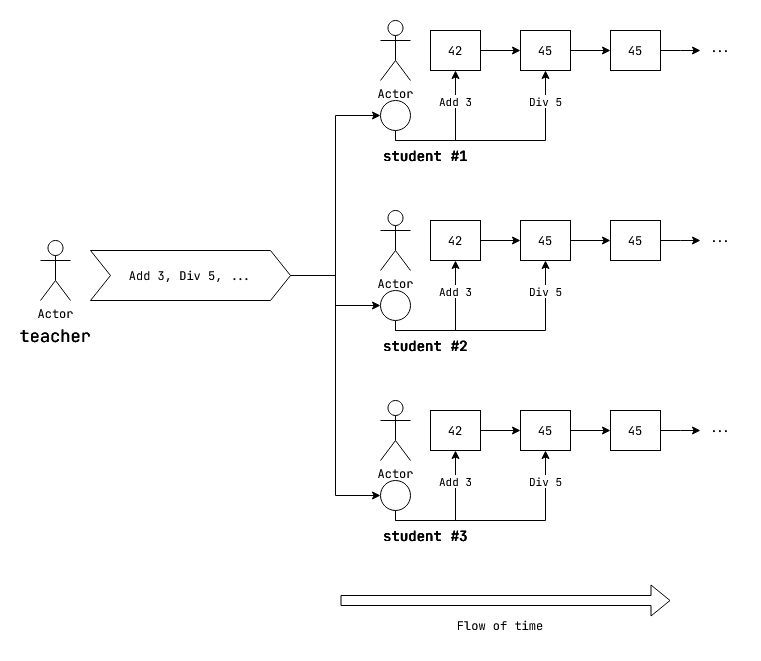
This is static/img/log-less-direct-repl.png from arindas/arindas.github.io, a draw.io export, as it was before one commit. Source tidied: cells renumbered, new cells last; positions are measured from the earlier drawing's top-left corner, leaving out a move shared by most shapes. The source it was exported from:
```xml
<mxGraphModel>
  <root>
    <mxCell id="0" />
    <mxCell id="1" parent="0" />
    <mxCell id="2" value="Actor" style="shape=umlActor;verticalLabelPosition=bottom;verticalAlign=top;html=1;fontFamily=JetBrains Mono;fontSource=https%3A%2F%2Ffonts.googleapis.com%2Fcss%3Ffamily%3DJetBrains%2BMono;" parent="1" vertex="1">
      <mxGeometry x="15" y="220" width="30" height="60" as="geometry" />
    </mxCell>
    <mxCell id="3" value="Actor" style="shape=umlActor;verticalLabelPosition=bottom;verticalAlign=top;html=1;fontFamily=JetBrains Mono;fontSource=https%3A%2F%2Ffonts.googleapis.com%2Fcss%3Ffamily%3DJetBrains%2BMono;" parent="1" vertex="1">
      <mxGeometry x="355" width="30" height="60" as="geometry" />
    </mxCell>
    <mxCell id="4" style="edgeStyle=orthogonalEdgeStyle;rounded=0;jettySize=auto;html=1;exitX=1;exitY=0.5;exitDx=0;exitDy=0;entryX=0;entryY=0.5;entryDx=0;entryDy=0;fontFamily=JetBrains Mono;fontSource=https%3A%2F%2Ffonts.googleapis.com%2Fcss%3Ffamily%3DJetBrains%2BMono;" parent="1" edge="1" source="7" target="40">
      <mxGeometry relative="1" as="geometry" />
    </mxCell>
    <mxCell id="5" style="edgeStyle=orthogonalEdgeStyle;rounded=0;jettySize=auto;html=1;exitX=1;exitY=0.5;exitDx=0;exitDy=0;entryX=0;entryY=0.5;entryDx=0;entryDy=0;fontFamily=JetBrains Mono;fontSource=https%3A%2F%2Ffonts.googleapis.com%2Fcss%3Ffamily%3DJetBrains%2BMono;" parent="1" edge="1" source="7" target="41">
      <mxGeometry relative="1" as="geometry" />
    </mxCell>
    <mxCell id="6" style="edgeStyle=orthogonalEdgeStyle;rounded=0;jettySize=auto;html=1;exitX=1;exitY=0.5;exitDx=0;exitDy=0;entryX=0;entryY=0.5;entryDx=0;entryDy=0;fontFamily=JetBrains Mono;fontSource=https%3A%2F%2Ffonts.googleapis.com%2Fcss%3Ffamily%3DJetBrains%2BMono;" parent="1" edge="1" source="7" target="42">
      <mxGeometry relative="1" as="geometry" />
    </mxCell>
    <mxCell id="7" value="Add 3, Div 5, ..." style="shape=step;perimeter=stepPerimeter;whiteSpace=wrap;html=1;fixedSize=1;fontFamily=JetBrains Mono;fontSource=https%3A%2F%2Ffonts.googleapis.com%2Fcss%3Ffamily%3DJetBrains%2BMono;" parent="1" vertex="1">
      <mxGeometry x="65" y="230" width="200" height="50" as="geometry" />
    </mxCell>
    <mxCell id="8" style="edgeStyle=orthogonalEdgeStyle;rounded=0;jettySize=auto;html=1;fontFamily=JetBrains Mono;fontSource=https%3A%2F%2Ffonts.googleapis.com%2Fcss%3Ffamily%3DJetBrains%2BMono;" parent="1" edge="1" source="9" target="13">
      <mxGeometry relative="1" as="geometry" />
    </mxCell>
    <mxCell id="9" value="42" style="rounded=0;whiteSpace=wrap;html=1;fontFamily=JetBrains Mono;fontSource=https%3A%2F%2Ffonts.googleapis.com%2Fcss%3Ffamily%3DJetBrains%2BMono;" parent="1" vertex="1">
      <mxGeometry x="405" y="10" width="50" height="40" as="geometry" />
    </mxCell>
    <mxCell id="10" style="endArrow=classic;html=1;rounded=0;entryX=0.5;entryY=1;entryDx=0;entryDy=0;edgeStyle=orthogonalEdgeStyle;fontFamily=JetBrains Mono;fontSource=https%3A%2F%2Ffonts.googleapis.com%2Fcss%3Ffamily%3DJetBrains%2BMono;exitX=0.5;exitY=1;exitDx=0;exitDy=0;" parent="1" edge="1" source="40" target="9">
      <mxGeometry relative="1" as="geometry" />
    </mxCell>
    <mxCell id="11" value="Add 3" style="edgeLabel;html=1;align=center;verticalAlign=middle;fontFamily=JetBrains Mono;fontSource=https%3A%2F%2Ffonts.googleapis.com%2Fcss%3Ffamily%3DJetBrains%2BMono;" parent="10" vertex="1">
      <mxGeometry x="0.47" y="2" relative="1" as="geometry">
        <mxPoint x="2" y="-7" as="offset" />
      </mxGeometry>
    </mxCell>
    <mxCell id="12" style="edgeStyle=orthogonalEdgeStyle;rounded=0;jettySize=auto;html=1;fontFamily=JetBrains Mono;fontSource=https%3A%2F%2Ffonts.googleapis.com%2Fcss%3Ffamily%3DJetBrains%2BMono;" parent="1" edge="1" source="13" target="17">
      <mxGeometry relative="1" as="geometry" />
    </mxCell>
    <mxCell id="13" value="45" style="rounded=0;whiteSpace=wrap;html=1;fontFamily=JetBrains Mono;fontSource=https%3A%2F%2Ffonts.googleapis.com%2Fcss%3Ffamily%3DJetBrains%2BMono;" parent="1" vertex="1">
      <mxGeometry x="495" y="10" width="50" height="40" as="geometry" />
    </mxCell>
    <mxCell id="14" style="endArrow=classic;html=1;rounded=0;edgeStyle=orthogonalEdgeStyle;entryX=0.5;entryY=1;entryDx=0;entryDy=0;fontFamily=JetBrains Mono;fontSource=https%3A%2F%2Ffonts.googleapis.com%2Fcss%3Ffamily%3DJetBrains%2BMono;exitX=0.5;exitY=1;exitDx=0;exitDy=0;" parent="1" edge="1" source="40" target="13">
      <mxGeometry relative="1" as="geometry" />
    </mxCell>
    <mxCell id="15" value="Div 5" style="edgeLabel;html=1;align=center;verticalAlign=middle;fontFamily=JetBrains Mono;fontSource=https%3A%2F%2Ffonts.googleapis.com%2Fcss%3Ffamily%3DJetBrains%2BMono;" parent="14" vertex="1">
      <mxGeometry x="0.71" y="-4" relative="1" as="geometry">
        <mxPoint x="-4" y="-3" as="offset" />
      </mxGeometry>
    </mxCell>
    <mxCell id="16" style="edgeStyle=orthogonalEdgeStyle;rounded=0;jettySize=auto;html=1;exitX=1;exitY=0.5;exitDx=0;exitDy=0;fontFamily=JetBrains Mono;fontSource=https%3A%2F%2Ffonts.googleapis.com%2Fcss%3Ffamily%3DJetBrains%2BMono;" parent="1" edge="1" source="17">
      <mxGeometry relative="1" as="geometry">
        <mxPoint x="675" y="30" as="targetPoint" />
      </mxGeometry>
    </mxCell>
    <mxCell id="17" value="45" style="rounded=0;whiteSpace=wrap;html=1;fontFamily=JetBrains Mono;fontSource=https%3A%2F%2Ffonts.googleapis.com%2Fcss%3Ffamily%3DJetBrains%2BMono;" parent="1" vertex="1">
      <mxGeometry x="585" y="10" width="50" height="40" as="geometry" />
    </mxCell>
    <mxCell id="18" value="Actor" style="shape=umlActor;verticalLabelPosition=bottom;verticalAlign=top;html=1;fontFamily=JetBrains Mono;fontSource=https%3A%2F%2Ffonts.googleapis.com%2Fcss%3Ffamily%3DJetBrains%2BMono;" parent="1" vertex="1">
      <mxGeometry x="355" y="190" width="30" height="60" as="geometry" />
    </mxCell>
    <mxCell id="19" style="edgeStyle=orthogonalEdgeStyle;rounded=0;jettySize=auto;html=1;fontFamily=JetBrains Mono;fontSource=https%3A%2F%2Ffonts.googleapis.com%2Fcss%3Ffamily%3DJetBrains%2BMono;" parent="1" edge="1" source="20" target="24">
      <mxGeometry relative="1" as="geometry" />
    </mxCell>
    <mxCell id="20" value="42" style="rounded=0;whiteSpace=wrap;html=1;fontFamily=JetBrains Mono;fontSource=https%3A%2F%2Ffonts.googleapis.com%2Fcss%3Ffamily%3DJetBrains%2BMono;" parent="1" vertex="1">
      <mxGeometry x="405" y="200" width="50" height="40" as="geometry" />
    </mxCell>
    <mxCell id="21" style="endArrow=classic;html=1;rounded=0;entryX=0.5;entryY=1;entryDx=0;entryDy=0;edgeStyle=orthogonalEdgeStyle;fontFamily=JetBrains Mono;fontSource=https%3A%2F%2Ffonts.googleapis.com%2Fcss%3Ffamily%3DJetBrains%2BMono;exitX=0.5;exitY=1;exitDx=0;exitDy=0;" parent="1" edge="1" source="41" target="20">
      <mxGeometry relative="1" as="geometry" />
    </mxCell>
    <mxCell id="22" value="Add 3" style="edgeLabel;html=1;align=center;verticalAlign=middle;fontFamily=JetBrains Mono;fontSource=https%3A%2F%2Ffonts.googleapis.com%2Fcss%3Ffamily%3DJetBrains%2BMono;" parent="21" vertex="1">
      <mxGeometry x="0.47" y="2" relative="1" as="geometry">
        <mxPoint x="2" y="-7" as="offset" />
      </mxGeometry>
    </mxCell>
    <mxCell id="23" style="edgeStyle=orthogonalEdgeStyle;rounded=0;jettySize=auto;html=1;fontFamily=JetBrains Mono;fontSource=https%3A%2F%2Ffonts.googleapis.com%2Fcss%3Ffamily%3DJetBrains%2BMono;" parent="1" edge="1" source="24" target="28">
      <mxGeometry relative="1" as="geometry" />
    </mxCell>
    <mxCell id="24" value="45" style="rounded=0;whiteSpace=wrap;html=1;fontFamily=JetBrains Mono;fontSource=https%3A%2F%2Ffonts.googleapis.com%2Fcss%3Ffamily%3DJetBrains%2BMono;" parent="1" vertex="1">
      <mxGeometry x="495" y="200" width="50" height="40" as="geometry" />
    </mxCell>
    <mxCell id="25" style="endArrow=classic;html=1;rounded=0;edgeStyle=orthogonalEdgeStyle;entryX=0.5;entryY=1;entryDx=0;entryDy=0;fontFamily=JetBrains Mono;fontSource=https%3A%2F%2Ffonts.googleapis.com%2Fcss%3Ffamily%3DJetBrains%2BMono;exitX=0.5;exitY=1;exitDx=0;exitDy=0;" parent="1" edge="1" source="41" target="24">
      <mxGeometry relative="1" as="geometry" />
    </mxCell>
    <mxCell id="26" value="Div 5" style="edgeLabel;html=1;align=center;verticalAlign=middle;fontFamily=JetBrains Mono;fontSource=https%3A%2F%2Ffonts.googleapis.com%2Fcss%3Ffamily%3DJetBrains%2BMono;" parent="25" vertex="1">
      <mxGeometry x="0.71" y="-4" relative="1" as="geometry">
        <mxPoint x="-4" y="-3" as="offset" />
      </mxGeometry>
    </mxCell>
    <mxCell id="27" style="edgeStyle=orthogonalEdgeStyle;rounded=0;jettySize=auto;html=1;exitX=1;exitY=0.5;exitDx=0;exitDy=0;fontFamily=JetBrains Mono;fontSource=https%3A%2F%2Ffonts.googleapis.com%2Fcss%3Ffamily%3DJetBrains%2BMono;" parent="1" edge="1" source="28">
      <mxGeometry relative="1" as="geometry">
        <mxPoint x="675" y="220" as="targetPoint" />
      </mxGeometry>
    </mxCell>
    <mxCell id="28" value="45" style="rounded=0;whiteSpace=wrap;html=1;fontFamily=JetBrains Mono;fontSource=https%3A%2F%2Ffonts.googleapis.com%2Fcss%3Ffamily%3DJetBrains%2BMono;" parent="1" vertex="1">
      <mxGeometry x="585" y="200" width="50" height="40" as="geometry" />
    </mxCell>
    <mxCell id="29" value="Actor" style="shape=umlActor;verticalLabelPosition=bottom;verticalAlign=top;html=1;fontFamily=JetBrains Mono;fontSource=https%3A%2F%2Ffonts.googleapis.com%2Fcss%3Ffamily%3DJetBrains%2BMono;" parent="1" vertex="1">
      <mxGeometry x="355" y="380" width="30" height="60" as="geometry" />
    </mxCell>
    <mxCell id="30" style="edgeStyle=orthogonalEdgeStyle;rounded=0;jettySize=auto;html=1;fontFamily=JetBrains Mono;fontSource=https%3A%2F%2Ffonts.googleapis.com%2Fcss%3Ffamily%3DJetBrains%2BMono;" parent="1" edge="1" source="31" target="35">
      <mxGeometry relative="1" as="geometry" />
    </mxCell>
    <mxCell id="31" value="42" style="rounded=0;whiteSpace=wrap;html=1;fontFamily=JetBrains Mono;fontSource=https%3A%2F%2Ffonts.googleapis.com%2Fcss%3Ffamily%3DJetBrains%2BMono;" parent="1" vertex="1">
      <mxGeometry x="405" y="390" width="50" height="40" as="geometry" />
    </mxCell>
    <mxCell id="32" style="endArrow=classic;html=1;rounded=0;entryX=0.5;entryY=1;entryDx=0;entryDy=0;edgeStyle=orthogonalEdgeStyle;fontFamily=JetBrains Mono;fontSource=https%3A%2F%2Ffonts.googleapis.com%2Fcss%3Ffamily%3DJetBrains%2BMono;exitX=0.5;exitY=1;exitDx=0;exitDy=0;" parent="1" edge="1" source="42" target="31">
      <mxGeometry relative="1" as="geometry" />
    </mxCell>
    <mxCell id="33" value="Add 3" style="edgeLabel;html=1;align=center;verticalAlign=middle;fontFamily=JetBrains Mono;fontSource=https%3A%2F%2Ffonts.googleapis.com%2Fcss%3Ffamily%3DJetBrains%2BMono;" parent="32" vertex="1">
      <mxGeometry x="0.47" y="2" relative="1" as="geometry">
        <mxPoint x="2" y="-7" as="offset" />
      </mxGeometry>
    </mxCell>
    <mxCell id="34" style="edgeStyle=orthogonalEdgeStyle;rounded=0;jettySize=auto;html=1;fontFamily=JetBrains Mono;fontSource=https%3A%2F%2Ffonts.googleapis.com%2Fcss%3Ffamily%3DJetBrains%2BMono;" parent="1" edge="1" source="35" target="39">
      <mxGeometry relative="1" as="geometry" />
    </mxCell>
    <mxCell id="35" value="45" style="rounded=0;whiteSpace=wrap;html=1;fontFamily=JetBrains Mono;fontSource=https%3A%2F%2Ffonts.googleapis.com%2Fcss%3Ffamily%3DJetBrains%2BMono;" parent="1" vertex="1">
      <mxGeometry x="495" y="390" width="50" height="40" as="geometry" />
    </mxCell>
    <mxCell id="36" style="endArrow=classic;html=1;rounded=0;edgeStyle=orthogonalEdgeStyle;entryX=0.5;entryY=1;entryDx=0;entryDy=0;fontFamily=JetBrains Mono;fontSource=https%3A%2F%2Ffonts.googleapis.com%2Fcss%3Ffamily%3DJetBrains%2BMono;exitX=0.5;exitY=1;exitDx=0;exitDy=0;" parent="1" edge="1" source="42" target="35">
      <mxGeometry relative="1" as="geometry" />
    </mxCell>
    <mxCell id="37" value="Div 5" style="edgeLabel;html=1;align=center;verticalAlign=middle;fontFamily=JetBrains Mono;fontSource=https%3A%2F%2Ffonts.googleapis.com%2Fcss%3Ffamily%3DJetBrains%2BMono;" parent="36" vertex="1">
      <mxGeometry x="0.71" y="-4" relative="1" as="geometry">
        <mxPoint x="-4" y="-3" as="offset" />
      </mxGeometry>
    </mxCell>
    <mxCell id="38" style="edgeStyle=orthogonalEdgeStyle;rounded=0;jettySize=auto;html=1;exitX=1;exitY=0.5;exitDx=0;exitDy=0;fontFamily=JetBrains Mono;fontSource=https%3A%2F%2Ffonts.googleapis.com%2Fcss%3Ffamily%3DJetBrains%2BMono;" parent="1" edge="1" source="39">
      <mxGeometry relative="1" as="geometry">
        <mxPoint x="675" y="410" as="targetPoint" />
      </mxGeometry>
    </mxCell>
    <mxCell id="39" value="45" style="rounded=0;whiteSpace=wrap;html=1;fontFamily=JetBrains Mono;fontSource=https%3A%2F%2Ffonts.googleapis.com%2Fcss%3Ffamily%3DJetBrains%2BMono;" parent="1" vertex="1">
      <mxGeometry x="585" y="390" width="50" height="40" as="geometry" />
    </mxCell>
    <mxCell id="40" style="ellipse;whiteSpace=wrap;html=1;fontFamily=JetBrains Mono;fontSource=https%3A%2F%2Ffonts.googleapis.com%2Fcss%3Ffamily%3DJetBrains%2BMono;" parent="1" vertex="1">
      <mxGeometry x="355" y="80" width="30" height="30" as="geometry" />
    </mxCell>
    <mxCell id="41" style="ellipse;whiteSpace=wrap;html=1;fontFamily=JetBrains Mono;fontSource=https%3A%2F%2Ffonts.googleapis.com%2Fcss%3Ffamily%3DJetBrains%2BMono;" parent="1" vertex="1">
      <mxGeometry x="355" y="270" width="30" height="30" as="geometry" />
    </mxCell>
    <mxCell id="42" style="ellipse;whiteSpace=wrap;html=1;fontFamily=JetBrains Mono;fontSource=https%3A%2F%2Ffonts.googleapis.com%2Fcss%3Ffamily%3DJetBrains%2BMono;" parent="1" vertex="1">
      <mxGeometry x="355" y="460" width="30" height="30" as="geometry" />
    </mxCell>
    <mxCell id="43" value="student #1" style="text;html=1;strokeColor=none;fillColor=none;align=center;verticalAlign=middle;whiteSpace=wrap;rounded=0;fontFamily=JetBrains Mono;fontSource=https%3A%2F%2Ffonts.googleapis.com%2Fcss%3Ffamily%3DJetBrains%2BMono;fontSize=14;fontStyle=1;" parent="1" vertex="1">
      <mxGeometry x="355" y="120" width="90" height="30" as="geometry" />
    </mxCell>
    <mxCell id="44" value="student #2" style="text;html=1;strokeColor=none;fillColor=none;align=center;verticalAlign=middle;whiteSpace=wrap;rounded=0;fontFamily=JetBrains Mono;fontSource=https%3A%2F%2Ffonts.googleapis.com%2Fcss%3Ffamily%3DJetBrains%2BMono;fontSize=14;fontStyle=1;" parent="1" vertex="1">
      <mxGeometry x="355" y="310" width="90" height="30" as="geometry" />
    </mxCell>
    <mxCell id="45" value="student #3" style="text;html=1;strokeColor=none;fillColor=none;align=center;verticalAlign=middle;whiteSpace=wrap;rounded=0;fontFamily=JetBrains Mono;fontSource=https%3A%2F%2Ffonts.googleapis.com%2Fcss%3Ffamily%3DJetBrains%2BMono;fontSize=14;fontStyle=1;" parent="1" vertex="1">
      <mxGeometry x="355" y="500" width="90" height="30" as="geometry" />
    </mxCell>
    <mxCell id="46" value="..." style="text;html=1;strokeColor=none;fillColor=none;align=center;verticalAlign=middle;whiteSpace=wrap;rounded=0;fontFamily=JetBrains Mono;fontSource=https%3A%2F%2Ffonts.googleapis.com%2Fcss%3Ffamily%3DJetBrains%2BMono;" parent="1" vertex="1">
      <mxGeometry x="675" y="14" width="40" height="25" as="geometry" />
    </mxCell>
    <mxCell id="47" value="..." style="text;html=1;strokeColor=none;fillColor=none;align=center;verticalAlign=middle;whiteSpace=wrap;rounded=0;fontFamily=JetBrains Mono;fontSource=https%3A%2F%2Ffonts.googleapis.com%2Fcss%3Ffamily%3DJetBrains%2BMono;" parent="1" vertex="1">
      <mxGeometry x="675" y="204" width="40" height="25" as="geometry" />
    </mxCell>
    <mxCell id="48" value="..." style="text;html=1;strokeColor=none;fillColor=none;align=center;verticalAlign=middle;whiteSpace=wrap;rounded=0;fontFamily=JetBrains Mono;fontSource=https%3A%2F%2Ffonts.googleapis.com%2Fcss%3Ffamily%3DJetBrains%2BMono;" parent="1" vertex="1">
      <mxGeometry x="675" y="394" width="40" height="25" as="geometry" />
    </mxCell>
    <mxCell id="49" value="teacher" style="text;html=1;strokeColor=none;fillColor=none;align=center;verticalAlign=middle;whiteSpace=wrap;rounded=0;fontFamily=JetBrains Mono;fontSource=https%3A%2F%2Ffonts.googleapis.com%2Fcss%3Ffamily%3DJetBrains%2BMono;fontSize=17;fontStyle=1;" parent="1" vertex="1">
      <mxGeometry y="300" width="60" height="30" as="geometry" />
    </mxCell>
    <mxCell id="50" style="shape=flexArrow;endArrow=classic;html=1;rounded=0;edgeStyle=orthogonalEdgeStyle;fontFamily=JetBrains Mono;fontSource=https%3A%2F%2Ffonts.googleapis.com%2Fcss%3Ffamily%3DJetBrains%2BMono;" parent="1" edge="1">
      <mxGeometry relative="1" as="geometry">
        <mxPoint x="315" y="580" as="sourcePoint" />
        <mxPoint x="645" y="580" as="targetPoint" />
      </mxGeometry>
    </mxCell>
    <mxCell id="51" value="Flow of time" style="text;html=1;strokeColor=none;fillColor=none;align=center;verticalAlign=middle;whiteSpace=wrap;rounded=0;fontFamily=JetBrains Mono;fontSource=https%3A%2F%2Ffonts.googleapis.com%2Fcss%3Ffamily%3DJetBrains%2BMono;" parent="1" vertex="1">
      <mxGeometry x="405" y="590" width="140" height="30" as="geometry" />
    </mxCell>
  </root>
</mxGraphModel>
```
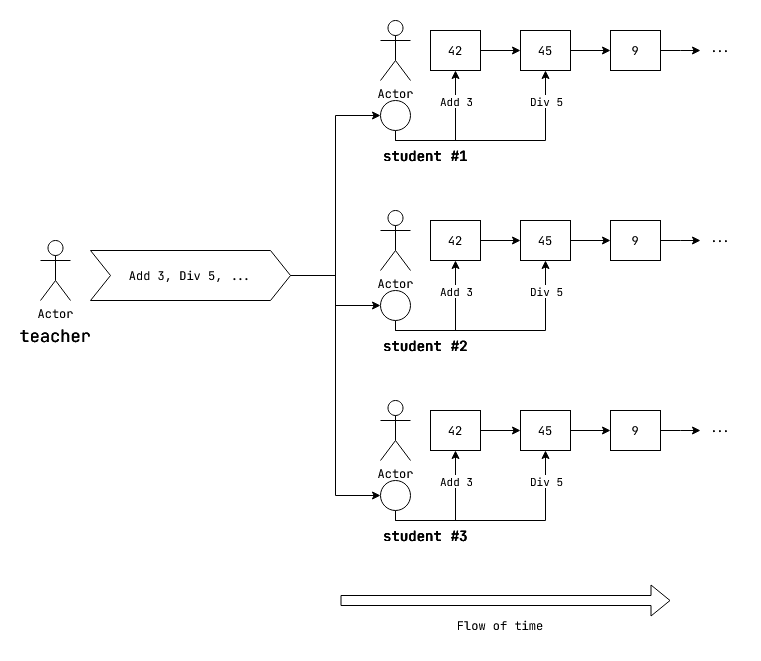
Above is the later version.

Diff of the diagram source:
```diff
@@ -53,7 +53,7 @@
         <mxPoint x="675" y="30" as="targetPoint" />
       </mxGeometry>
     </mxCell>
-    <mxCell id="17" value="45" style="rounded=0;whiteSpace=wrap;html=1;fontFamily=JetBrains Mono;fontSource=https%3A%2F%2Ffonts.googleapis.com%2Fcss%3Ffamily%3DJetBrains%2BMono;" parent="1" vertex="1">
+    <mxCell id="17" value="9" style="rounded=0;whiteSpace=wrap;html=1;fontFamily=JetBrains Mono;fontSource=https%3A%2F%2Ffonts.googleapis.com%2Fcss%3Ffamily%3DJetBrains%2BMono;" parent="1" vertex="1">
       <mxGeometry x="585" y="10" width="50" height="40" as="geometry" />
     </mxCell>
     <mxCell id="18" value="Actor" style="shape=umlActor;verticalLabelPosition=bottom;verticalAlign=top;html=1;fontFamily=JetBrains Mono;fontSource=https%3A%2F%2Ffonts.googleapis.com%2Fcss%3Ffamily%3DJetBrains%2BMono;" parent="1" vertex="1">
@@ -92,7 +92,7 @@
         <mxPoint x="675" y="220" as="targetPoint" />
       </mxGeometry>
     </mxCell>
-    <mxCell id="28" value="45" style="rounded=0;whiteSpace=wrap;html=1;fontFamily=JetBrains Mono;fontSource=https%3A%2F%2Ffonts.googleapis.com%2Fcss%3Ffamily%3DJetBrains%2BMono;" parent="1" vertex="1">
+    <mxCell id="28" value="9" style="rounded=0;whiteSpace=wrap;html=1;fontFamily=JetBrains Mono;fontSource=https%3A%2F%2Ffonts.googleapis.com%2Fcss%3Ffamily%3DJetBrains%2BMono;" parent="1" vertex="1">
       <mxGeometry x="585" y="200" width="50" height="40" as="geometry" />
     </mxCell>
     <mxCell id="29" value="Actor" style="shape=umlActor;verticalLabelPosition=bottom;verticalAlign=top;html=1;fontFamily=JetBrains Mono;fontSource=https%3A%2F%2Ffonts.googleapis.com%2Fcss%3Ffamily%3DJetBrains%2BMono;" parent="1" vertex="1">
@@ -131,7 +131,7 @@
         <mxPoint x="675" y="410" as="targetPoint" />
       </mxGeometry>
     </mxCell>
-    <mxCell id="39" value="45" style="rounded=0;whiteSpace=wrap;html=1;fontFamily=JetBrains Mono;fontSource=https%3A%2F%2Ffonts.googleapis.com%2Fcss%3Ffamily%3DJetBrains%2BMono;" parent="1" vertex="1">
+    <mxCell id="39" value="9" style="rounded=0;whiteSpace=wrap;html=1;fontFamily=JetBrains Mono;fontSource=https%3A%2F%2Ffonts.googleapis.com%2Fcss%3Ffamily%3DJetBrains%2BMono;" parent="1" vertex="1">
       <mxGeometry x="585" y="390" width="50" height="40" as="geometry" />
     </mxCell>
     <mxCell id="40" style="ellipse;whiteSpace=wrap;html=1;fontFamily=JetBrains Mono;fontSource=https%3A%2F%2Ffonts.googleapis.com%2Fcss%3Ffamily%3DJetBrains%2BMono;" parent="1" vertex="1">
```
